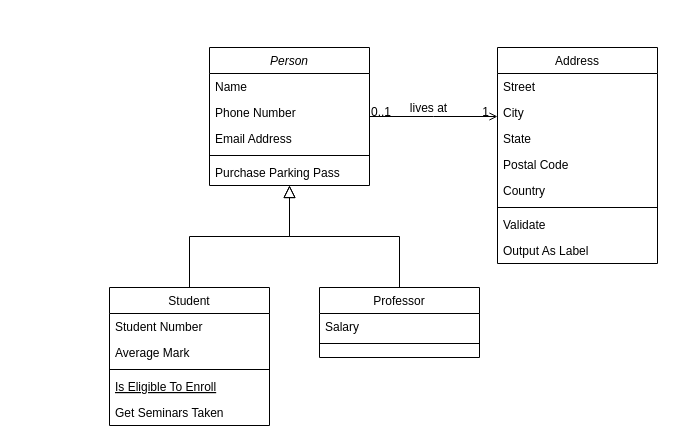
Above: Diagrama de classe.drawio in FelipeOropeza/APIKitsu (draw.io), before the change. Source tidied: cells renumbered, new cells numbered last; positions are measured from the earlier drawing's top-left corner, leaving out a move shared by most shapes. Both pictures are drawn from the tidied source at 100%, with x=0, y=0 at pixel (109, 47).
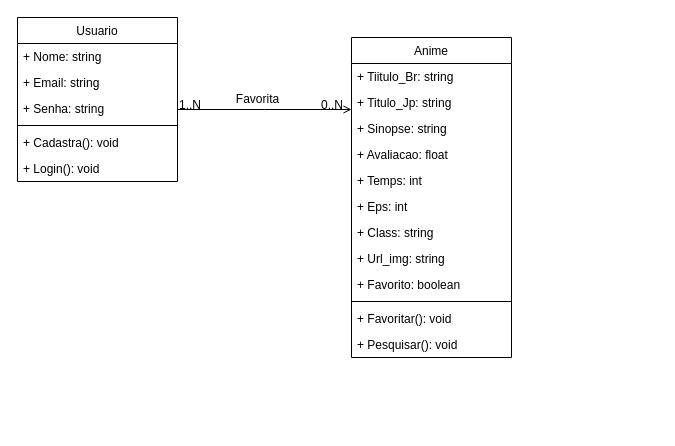
After the change.

Commit message:
Actualizar Diagrama de classe - final.drawio

The change refers to these unchanged cells:
```xml
<mxCell id="28" style="endArrow=open;shadow=0;strokeWidth=1;rounded=0;endFill=1;edgeStyle=elbowEdgeStyle;elbow=vertical;" parent="1" edge="1" source="2" target="19">
  <mxGeometry x="0.5" y="41" relative="1" as="geometry">
    <mxPoint x="-40" y="32" as="offset" />
  </mxGeometry>
</mxCell>
```

The edit, as a diff of the source:
```diff
@@
-    <mxCell id="2" value="Person" style="swimlane;fontStyle=2;align=center;verticalAlign=top;horizontal=1;startSize=26;rounded=0;shadow=0;strokeWidth=1;" parent="1" vertex="1">
-      <mxGeometry x="100" width="160" height="138" as="geometry" />
+    <mxCell id="2" value="Usuario" style="swimlane;fontStyle=0;align=center;verticalAlign=top;horizontal=1;startSize=26;rounded=0;shadow=0;strokeWidth=1;" parent="1" vertex="1">
+      <mxGeometry x="-92" y="-30" width="160" height="164" as="geometry" />
     </mxCell>
-    <mxCell id="3" value="Name" style="text;align=left;verticalAlign=top;spacingLeft=4;spacingRight=4;overflow=hidden;" parent="2" vertex="1">
+    <mxCell id="3" value="+ Nome: string" style="text;align=left;verticalAlign=top;spacingLeft=4;spacingRight=4;overflow=hidden;" parent="2" vertex="1">
       <mxGeometry y="26" width="160" height="26" as="geometry" />
     </mxCell>
-    <mxCell id="4" value="Phone Number" style="text;align=left;verticalAlign=top;spacingLeft=4;spacingRight=4;overflow=hidden;rounded=0;shadow=0;html=0;" parent="2" vertex="1">
+    <mxCell id="4" value="+ Email: string" style="text;align=left;verticalAlign=top;spacingLeft=4;spacingRight=4;overflow=hidden;rounded=0;shadow=0;html=0;" parent="2" vertex="1">
       <mxGeometry y="52" width="160" height="26" as="geometry" />
     </mxCell>
-    <mxCell id="5" value="Email Address" style="text;align=left;verticalAlign=top;spacingLeft=4;spacingRight=4;overflow=hidden;rounded=0;shadow=0;html=0;" parent="2" vertex="1">
+    <mxCell id="5" value="+ Senha: string" style="text;align=left;verticalAlign=top;spacingLeft=4;spacingRight=4;overflow=hidden;rounded=0;shadow=0;html=0;" parent="2" vertex="1">
       <mxGeometry y="78" width="160" height="26" as="geometry" />
     </mxCell>
@@
-    <mxCell id="7" value="Purchase Parking Pass" style="text;align=left;verticalAlign=top;spacingLeft=4;spacingRight=4;overflow=hidden;" parent="2" vertex="1">
+    <mxCell id="7" value="+ Cadastra(): void&#10;" style="text;align=left;verticalAlign=top;spacingLeft=4;spacingRight=4;overflow=hidden;" parent="2" vertex="1">
       <mxGeometry y="112" width="160" height="26" as="geometry" />
     </mxCell>
-    <mxCell id="8" value="Student" style="swimlane;fontStyle=0;align=center;verticalAlign=top;horizontal=1;startSize=26;rounded=0;shadow=0;strokeWidth=1;" parent="1" vertex="1">
-      <mxGeometry y="240" width="160" height="138" as="geometry" />
-    </mxCell>
-    <mxCell id="9" value="Student Number" style="text;align=left;verticalAlign=top;spacingLeft=4;spacingRight=4;overflow=hidden;" parent="8" vertex="1">
-      <mxGeometry y="26" width="160" height="26" as="geometry" />
-    </mxCell>
-    <mxCell id="10" value="Average Mark" style="text;align=left;verticalAlign=top;spacingLeft=4;spacingRight=4;overflow=hidden;rounded=0;shadow=0;html=0;" parent="8" vertex="1">
-      <mxGeometry y="52" width="160" height="26" as="geometry" />
-    </mxCell>
-    <mxCell id="11" style="line;html=1;strokeWidth=1;align=left;verticalAlign=middle;spacingTop=-1;spacingLeft=3;spacingRight=3;labelPosition=right;" parent="8" vertex="1">
-      <mxGeometry y="78" width="160" height="8" as="geometry" />
-    </mxCell>
-    <mxCell id="12" value="Is Eligible To Enroll" style="text;align=left;verticalAlign=top;spacingLeft=4;spacingRight=4;overflow=hidden;fontStyle=4;" parent="8" vertex="1">
-      <mxGeometry y="86" width="160" height="26" as="geometry" />
-    </mxCell>
-    <mxCell id="13" value="Get Seminars Taken" style="text;align=left;verticalAlign=top;spacingLeft=4;spacingRight=4;overflow=hidden;" parent="8" vertex="1">
-      <mxGeometry y="112" width="160" height="26" as="geometry" />
-    </mxCell>
-    <mxCell id="14" style="endArrow=block;endSize=10;endFill=0;shadow=0;strokeWidth=1;rounded=0;edgeStyle=elbowEdgeStyle;elbow=vertical;" parent="1" edge="1" source="8" target="2">
-      <mxGeometry relative="1" as="geometry" />
-    </mxCell>
-    <mxCell id="15" value="Professor" style="swimlane;fontStyle=0;align=center;verticalAlign=top;horizontal=1;startSize=26;rounded=0;shadow=0;strokeWidth=1;" parent="1" vertex="1">
-      <mxGeometry x="210" y="240" width="160" height="70" as="geometry" />
-    </mxCell>
-    <mxCell id="16" value="Salary" style="text;align=left;verticalAlign=top;spacingLeft=4;spacingRight=4;overflow=hidden;" parent="15" vertex="1">
-      <mxGeometry y="26" width="160" height="26" as="geometry" />
-    </mxCell>
-    <mxCell id="17" style="line;html=1;strokeWidth=1;align=left;verticalAlign=middle;spacingTop=-1;spacingLeft=3;spacingRight=3;labelPosition=right;" parent="15" vertex="1">
-      <mxGeometry y="52" width="160" height="8" as="geometry" />
-    </mxCell>
-    <mxCell id="18" style="endArrow=block;endSize=10;endFill=0;shadow=0;strokeWidth=1;rounded=0;edgeStyle=elbowEdgeStyle;elbow=vertical;" parent="1" edge="1" source="15" target="2">
-      <mxGeometry relative="1" as="geometry" />
-    </mxCell>
+    <mxCell id="32" value="+ Login(): void&#10;" style="text;align=left;verticalAlign=top;spacingLeft=4;spacingRight=4;overflow=hidden;" parent="2" vertex="1">
+      <mxGeometry y="138" width="160" height="26" as="geometry" />
+    </mxCell>
-    <mxCell id="19" value="Address" style="swimlane;fontStyle=0;align=center;verticalAlign=top;horizontal=1;startSize=26;rounded=0;shadow=0;strokeWidth=1;" parent="1" vertex="1">
-      <mxGeometry x="388" width="160" height="216" as="geometry" />
+    <mxCell id="19" value="Anime" style="swimlane;fontStyle=0;align=center;verticalAlign=top;horizontal=1;startSize=26;rounded=0;shadow=0;strokeWidth=1;" parent="1" vertex="1">
+      <mxGeometry x="242" y="-10" width="160" height="320" as="geometry" />
     </mxCell>
-    <mxCell id="20" value="Street" style="text;align=left;verticalAlign=top;spacingLeft=4;spacingRight=4;overflow=hidden;" parent="19" vertex="1">
+    <mxCell id="20" value="+ Tiitulo_Br: string" style="text;align=left;verticalAlign=top;spacingLeft=4;spacingRight=4;overflow=hidden;" parent="19" vertex="1">
       <mxGeometry y="26" width="160" height="26" as="geometry" />
     </mxCell>
-    <mxCell id="21" value="City" style="text;align=left;verticalAlign=top;spacingLeft=4;spacingRight=4;overflow=hidden;rounded=0;shadow=0;html=0;" parent="19" vertex="1">
+    <mxCell id="21" value="+ Titulo_Jp: string" style="text;align=left;verticalAlign=top;spacingLeft=4;spacingRight=4;overflow=hidden;rounded=0;shadow=0;html=0;" parent="19" vertex="1">
       <mxGeometry y="52" width="160" height="26" as="geometry" />
     </mxCell>
-    <mxCell id="22" value="State" style="text;align=left;verticalAlign=top;spacingLeft=4;spacingRight=4;overflow=hidden;rounded=0;shadow=0;html=0;" parent="19" vertex="1">
+    <mxCell id="22" value="+ Sinopse: string" style="text;align=left;verticalAlign=top;spacingLeft=4;spacingRight=4;overflow=hidden;rounded=0;shadow=0;html=0;" parent="19" vertex="1">
       <mxGeometry y="78" width="160" height="26" as="geometry" />
     </mxCell>
-    <mxCell id="23" value="Postal Code" style="text;align=left;verticalAlign=top;spacingLeft=4;spacingRight=4;overflow=hidden;rounded=0;shadow=0;html=0;" parent="19" vertex="1">
+    <mxCell id="23" value="+ Avaliacao: float" style="text;align=left;verticalAlign=top;spacingLeft=4;spacingRight=4;overflow=hidden;rounded=0;shadow=0;html=0;" parent="19" vertex="1">
       <mxGeometry y="104" width="160" height="26" as="geometry" />
     </mxCell>
-    <mxCell id="24" value="Country" style="text;align=left;verticalAlign=top;spacingLeft=4;spacingRight=4;overflow=hidden;rounded=0;shadow=0;html=0;" parent="19" vertex="1">
+    <mxCell id="24" value="+ Temps: int&#10;" style="text;align=left;verticalAlign=top;spacingLeft=4;spacingRight=4;overflow=hidden;rounded=0;shadow=0;html=0;" parent="19" vertex="1">
       <mxGeometry y="130" width="160" height="26" as="geometry" />
     </mxCell>
+    <mxCell id="33" value="+ Eps: int" style="text;align=left;verticalAlign=top;spacingLeft=4;spacingRight=4;overflow=hidden;rounded=0;shadow=0;html=0;" parent="19" vertex="1">
+      <mxGeometry y="156" width="160" height="26" as="geometry" />
+    </mxCell>
+    <mxCell id="34" value="+ Class: string" style="text;align=left;verticalAlign=top;spacingLeft=4;spacingRight=4;overflow=hidden;rounded=0;shadow=0;html=0;" parent="19" vertex="1">
+      <mxGeometry y="182" width="160" height="26" as="geometry" />
+    </mxCell>
+    <mxCell id="35" value="+ Url_img: string" style="text;align=left;verticalAlign=top;spacingLeft=4;spacingRight=4;overflow=hidden;rounded=0;shadow=0;html=0;" parent="19" vertex="1">
+      <mxGeometry y="208" width="160" height="26" as="geometry" />
+    </mxCell>
+    <mxCell id="36" value="+ Favorito: boolean" style="text;align=left;verticalAlign=top;spacingLeft=4;spacingRight=4;overflow=hidden;rounded=0;shadow=0;html=0;" parent="19" vertex="1">
+      <mxGeometry y="234" width="160" height="26" as="geometry" />
+    </mxCell>
     <mxCell id="25" style="line;html=1;strokeWidth=1;align=left;verticalAlign=middle;spacingTop=-1;spacingLeft=3;spacingRight=3;labelPosition=right;" parent="19" vertex="1">
-      <mxGeometry y="156" width="160" height="8" as="geometry" />
+      <mxGeometry y="260" width="160" height="8" as="geometry" />
     </mxCell>
-    <mxCell id="26" value="Validate" style="text;align=left;verticalAlign=top;spacingLeft=4;spacingRight=4;overflow=hidden;" parent="19" vertex="1">
-      <mxGeometry y="164" width="160" height="26" as="geometry" />
+    <mxCell id="26" value="+ Favoritar(): void" style="text;align=left;verticalAlign=top;spacingLeft=4;spacingRight=4;overflow=hidden;" parent="19" vertex="1">
+      <mxGeometry y="268" width="160" height="26" as="geometry" />
     </mxCell>
-    <mxCell id="27" value="Output As Label" style="text;align=left;verticalAlign=top;spacingLeft=4;spacingRight=4;overflow=hidden;" parent="19" vertex="1">
-      <mxGeometry y="190" width="160" height="26" as="geometry" />
+    <mxCell id="27" value="+ Pesquisar(): void" style="text;align=left;verticalAlign=top;spacingLeft=4;spacingRight=4;overflow=hidden;" parent="19" vertex="1">
+      <mxGeometry y="294" width="160" height="26" as="geometry" />
     </mxCell>
@@
-    <mxCell id="29" value="0..1" style="align=left;verticalAlign=bottom;labelBackgroundColor=none;fontSize=12;" parent="28" vertex="1">
+    <mxCell id="29" value="1..N" style="align=left;verticalAlign=bottom;labelBackgroundColor=none;fontSize=12;" parent="28" vertex="1">
       <mxGeometry x="-1" relative="1" as="geometry">
         <mxPoint y="4" as="offset" />
       </mxGeometry>
     </mxCell>
-    <mxCell id="30" value="1" style="align=right;verticalAlign=bottom;labelBackgroundColor=none;fontSize=12;" parent="28" vertex="1">
+    <mxCell id="30" value="0..N" style="align=right;verticalAlign=bottom;labelBackgroundColor=none;fontSize=12;" parent="28" vertex="1">
       <mxGeometry x="1" relative="1" as="geometry">
         <mxPoint x="-7" y="4" as="offset" />
       </mxGeometry>
     </mxCell>
-    <mxCell id="31" value="lives at" style="text;html=1;align=center;verticalAlign=middle;labelBackgroundColor=none;rounded=0;shadow=0;strokeWidth=1;fontSize=12;" parent="28" vertex="1">
-      <mxGeometry x="0.5" y="49" relative="1" as="geometry">
-        <mxPoint x="-38" y="40" as="offset" />
-      </mxGeometry>
-    </mxCell>
+    <mxCell id="37" value="Favorita" style="text;html=1;align=center;verticalAlign=middle;strokeColor=none;fillColor=none;" parent="1" vertex="1">
+      <mxGeometry x="113" y="37" width="70" height="30" as="geometry" />
+    </mxCell>
```
